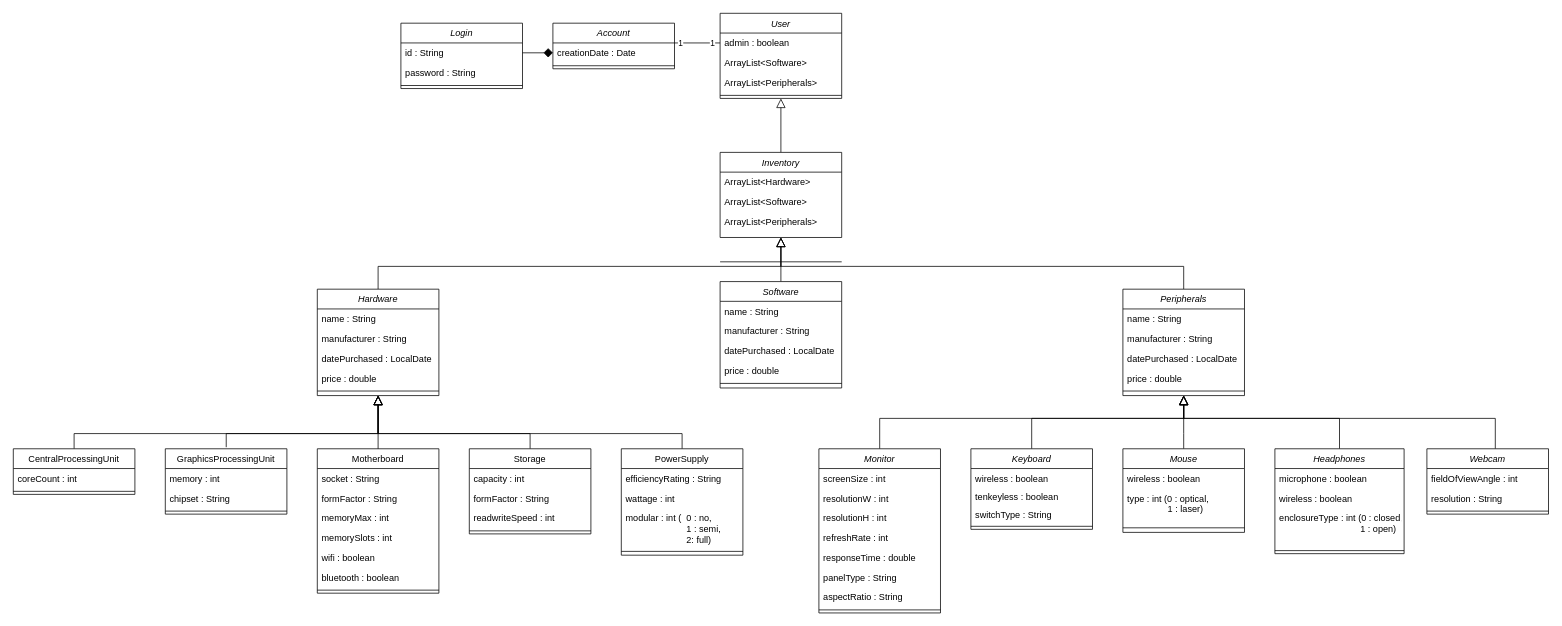
This is Diagrams/ClassDiagram.drawio from FJayCee/Capstone-DMIS-Project, a draw.io file, before an edit. Source tidied: cells renumbered, new cells numbered last; positions are measured from the earlier drawing's top-left corner, leaving out a move shared by most shapes. Both pictures are drawn from the tidied source at 76%, with x=0, y=0 at pixel (13, 13).
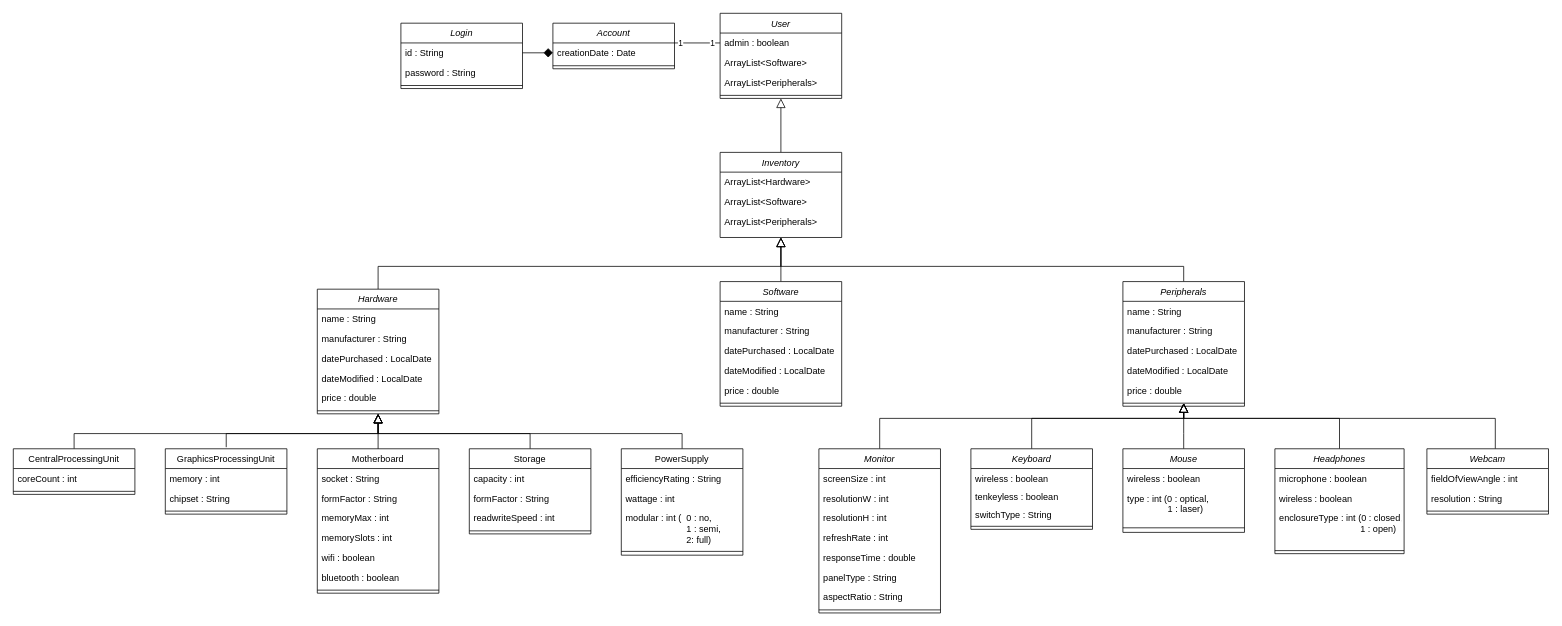
After the change.

Unchanged cells that the change refers to:
```xml
<mxCell id="47" value="Monitor" style="swimlane;fontStyle=2;align=center;verticalAlign=top;horizontal=1;startSize=26;rounded=0;shadow=0;strokeWidth=1;" parent="1" vertex="1">
  <mxGeometry x="1060" y="573" width="160" height="216" as="geometry" />
</mxCell>
<mxCell id="57" value="Keyboard" style="swimlane;fontStyle=2;align=center;verticalAlign=top;horizontal=1;startSize=26;rounded=0;shadow=0;strokeWidth=1;" parent="1" vertex="1">
  <mxGeometry x="1260" y="573" width="160" height="106" as="geometry" />
</mxCell>
<mxCell id="63" value="Mouse" style="swimlane;fontStyle=2;align=center;verticalAlign=top;horizontal=1;startSize=26;rounded=0;shadow=0;strokeWidth=1;" parent="1" vertex="1">
  <mxGeometry x="1460" y="573" width="160" height="110" as="geometry" />
</mxCell>
<mxCell id="68" value="Headphones" style="swimlane;fontStyle=2;align=center;verticalAlign=top;horizontal=1;startSize=26;rounded=0;shadow=0;strokeWidth=1;" parent="1" vertex="1">
  <mxGeometry x="1660" y="573" width="170" height="138" as="geometry" />
</mxCell>
<mxCell id="74" value="Webcam" style="swimlane;fontStyle=2;align=center;verticalAlign=top;horizontal=1;startSize=26;rounded=0;shadow=0;strokeWidth=1;" parent="1" vertex="1">
  <mxGeometry x="1860" y="573" width="160" height="86" as="geometry" />
</mxCell>
```

Diff of the diagram source:
```diff
@@
     <mxCell id="3" value="Hardware" style="swimlane;fontStyle=2;align=center;verticalAlign=top;horizontal=1;startSize=26;rounded=0;shadow=0;strokeWidth=1;" parent="1" vertex="1">
-      <mxGeometry x="400" y="363" width="160" height="140" as="geometry" />
+      <mxGeometry x="400" y="363" width="160" height="164" as="geometry" />
     </mxCell>
@@
+    <mxCell id="107" value="dateModified : LocalDate" style="text;align=left;verticalAlign=top;spacingLeft=4;spacingRight=4;overflow=hidden;" parent="3" vertex="1">
+      <mxGeometry y="104" width="160" height="26" as="geometry" />
+    </mxCell>
     <mxCell id="7" value="price : double" style="text;align=left;verticalAlign=top;spacingLeft=4;spacingRight=4;overflow=hidden;" parent="3" vertex="1">
-      <mxGeometry y="104" width="160" height="26" as="geometry" />
+      <mxGeometry y="130" width="160" height="26" as="geometry" />
     </mxCell>
     <mxCell id="8" style="line;html=1;strokeWidth=1;align=left;verticalAlign=middle;spacingTop=-1;spacingLeft=3;spacingRight=3;labelPosition=right;" parent="3" vertex="1">
-      <mxGeometry y="130" width="160" height="8" as="geometry" />
+      <mxGeometry y="156" width="160" height="8" as="geometry" />
     </mxCell>
@@
     <mxCell id="40" value="Peripherals" style="swimlane;fontStyle=2;align=center;verticalAlign=top;horizontal=1;startSize=26;rounded=0;shadow=0;strokeWidth=1;" parent="1" vertex="1">
-      <mxGeometry x="1460" y="363" width="160" height="140" as="geometry" />
+      <mxGeometry x="1460" y="353" width="160" height="164" as="geometry" />
     </mxCell>
@@
+    <mxCell id="108" value="dateModified : LocalDate" style="text;align=left;verticalAlign=top;spacingLeft=4;spacingRight=4;overflow=hidden;" parent="40" vertex="1">
+      <mxGeometry y="104" width="160" height="26" as="geometry" />
+    </mxCell>
     <mxCell id="44" value="price : double" style="text;align=left;verticalAlign=top;spacingLeft=4;spacingRight=4;overflow=hidden;" parent="40" vertex="1">
-      <mxGeometry y="104" width="160" height="26" as="geometry" />
+      <mxGeometry y="130" width="160" height="26" as="geometry" />
     </mxCell>
     <mxCell id="45" style="line;html=1;strokeWidth=1;align=left;verticalAlign=middle;spacingTop=-1;spacingLeft=3;spacingRight=3;labelPosition=right;" parent="40" vertex="1">
-      <mxGeometry y="130" width="160" height="8" as="geometry" />
+      <mxGeometry y="156" width="160" height="8" as="geometry" />
     </mxCell>
-    <mxCell id="46" style="edgeStyle=orthogonalEdgeStyle;rounded=0;jettySize=auto;html=1;entryX=0.5;entryY=1;entryDx=0;entryDy=0;exitX=0.5;exitY=0;exitDx=0;exitDy=0;endArrow=block;endFill=0;endSize=10;" parent="1" edge="1" source="47" target="40">
+    <mxCell id="46" style="edgeStyle=orthogonalEdgeStyle;rounded=0;jettySize=auto;html=1;exitX=0.5;exitY=0;exitDx=0;exitDy=0;endArrow=block;endFill=0;endSize=10;" parent="1" edge="1" source="47">
       <mxGeometry relative="1" as="geometry">
+        <mxPoint x="1540" y="513" as="targetPoint" />
         <Array as="points">
           <mxPoint x="1140" y="533" />
           <mxPoint x="1540" y="533" />
         </Array>
       </mxGeometry>
     </mxCell>
@@
     <mxCell id="56" style="edgeStyle=orthogonalEdgeStyle;rounded=0;jettySize=auto;html=1;exitX=0.5;exitY=0;exitDx=0;exitDy=0;endArrow=block;endFill=0;endSize=10;" parent="1" edge="1" source="57">
       <mxGeometry relative="1" as="geometry">
-        <mxPoint x="1540" y="503" as="targetPoint" />
+        <mxPoint x="1540" y="513" as="targetPoint" />
         <Array as="points">
           <mxPoint x="1340" y="533" />
           <mxPoint x="1540" y="533" />
         </Array>
       </mxGeometry>
     </mxCell>
@@
-    <mxCell id="62" style="edgeStyle=orthogonalEdgeStyle;rounded=0;jettySize=auto;html=1;exitX=0.5;exitY=0;exitDx=0;exitDy=0;entryX=0.5;entryY=1;entryDx=0;entryDy=0;endArrow=block;endFill=0;endSize=10;" parent="1" edge="1" source="63" target="40">
+    <mxCell id="62" style="edgeStyle=orthogonalEdgeStyle;rounded=0;jettySize=auto;html=1;exitX=0.5;exitY=0;exitDx=0;exitDy=0;endArrow=block;endFill=0;endSize=10;" parent="1" edge="1" source="63">
       <mxGeometry relative="1" as="geometry">
+        <mxPoint x="1540" y="513" as="targetPoint" />
         <Array as="points">
           <mxPoint x="1540" y="553" />
           <mxPoint x="1540" y="553" />
         </Array>
       </mxGeometry>
     </mxCell>
@@
     <mxCell id="67" style="edgeStyle=orthogonalEdgeStyle;rounded=0;jettySize=auto;html=1;exitX=0.5;exitY=0;exitDx=0;exitDy=0;endArrow=block;endFill=0;endSize=10;" parent="1" edge="1" source="68">
       <mxGeometry relative="1" as="geometry">
-        <mxPoint x="1540" y="503" as="targetPoint" />
+        <mxPoint x="1540" y="513" as="targetPoint" />
         <Array as="points">
           <mxPoint x="1745" y="533" />
           <mxPoint x="1540" y="533" />
         </Array>
       </mxGeometry>
     </mxCell>
@@
     <mxCell id="73" style="edgeStyle=orthogonalEdgeStyle;rounded=0;jettySize=auto;html=1;endArrow=block;endFill=0;endSize=10;" parent="1" edge="1" source="74">
       <mxGeometry relative="1" as="geometry">
-        <mxPoint x="1540" y="503" as="targetPoint" />
+        <mxPoint x="1540" y="513" as="targetPoint" />
         <Array as="points">
           <mxPoint x="1950" y="533" />
           <mxPoint x="1540" y="533" />
         </Array>
       </mxGeometry>
     </mxCell>
@@
     <mxCell id="79" value="Software" style="swimlane;fontStyle=2;align=center;verticalAlign=top;horizontal=1;startSize=26;rounded=0;shadow=0;strokeWidth=1;" parent="1" vertex="1">
-      <mxGeometry x="930" y="353" width="160" height="140" as="geometry" />
+      <mxGeometry x="930" y="353" width="160" height="164" as="geometry" />
     </mxCell>
@@
+    <mxCell id="109" value="dateModified : LocalDate" style="text;align=left;verticalAlign=top;spacingLeft=4;spacingRight=4;overflow=hidden;" parent="79" vertex="1">
+      <mxGeometry y="104" width="160" height="26" as="geometry" />
+    </mxCell>
     <mxCell id="83" value="price : double" style="text;align=left;verticalAlign=top;spacingLeft=4;spacingRight=4;overflow=hidden;" parent="79" vertex="1">
-      <mxGeometry y="104" width="160" height="26" as="geometry" />
+      <mxGeometry y="130" width="160" height="26" as="geometry" />
     </mxCell>
     <mxCell id="84" style="line;html=1;strokeWidth=1;align=left;verticalAlign=middle;spacingTop=-1;spacingLeft=3;spacingRight=3;labelPosition=right;" parent="79" vertex="1">
-      <mxGeometry y="130" width="160" height="8" as="geometry" />
+      <mxGeometry y="156" width="160" height="8" as="geometry" />
     </mxCell>
@@
-    <mxCell id="106" style="line;html=1;strokeWidth=1;align=left;verticalAlign=middle;spacingTop=-1;spacingLeft=3;spacingRight=3;labelPosition=right;" parent="1" vertex="1">
-      <mxGeometry x="930" y="323" width="160" height="8" as="geometry" />
-    </mxCell>
```
